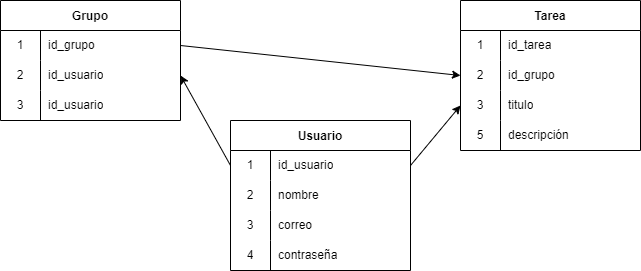
Earlier version of the draw.io export public/modelo_base_de_datos.png (Santiago1809/Vue-and-flask-todoapp). Source tidied: cells renumbered, new cells last; positions are measured from the earlier drawing's top-left corner, leaving out a move shared by most shapes.
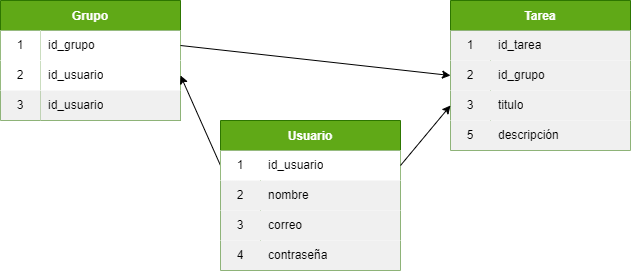
After the change.

Commit message:
Actualización de diagrama relacional de base de datos

Change to the diagram source:
```diff
@@ -2,115 +2,115 @@
   <root>
     <mxCell id="0" />
     <mxCell id="1" parent="0" />
-    <mxCell id="2" value="Grupo" style="shape=table;startSize=30;rowLines=0;fontStyle=1;" parent="1" vertex="1">
-      <mxGeometry width="180" height="120" as="geometry" />
+    <mxCell id="2" value="Grupo" style="shape=table;startSize=30;rowLines=0;fontStyle=1;fillColor=#60a917;fontColor=#ffffff;strokeColor=#2D7600;" parent="1" vertex="1">
+      <mxGeometry x="10" width="180" height="120" as="geometry" />
     </mxCell>
     <mxCell id="3" style="shape=tableRow;horizontal=0;startSize=0;swimlaneHead=0;swimlaneBody=0;top=0;left=0;bottom=0;right=0;fillColor=none;points=[[0,0.5],[1,0.5]];portConstraint=eastwest;" parent="2" vertex="1">
       <mxGeometry y="30" width="180" height="30" as="geometry" />
     </mxCell>
-    <mxCell id="4" value="1" style="shape=partialRectangle;html=1;whiteSpace=wrap;fillColor=none;top=0;left=0;bottom=0;right=0;overflow=hidden;" parent="3" vertex="1">
+    <mxCell id="4" value="1" style="shape=partialRectangle;html=1;whiteSpace=wrap;fillColor=#FFFFFF;top=0;left=0;bottom=0;right=0;overflow=hidden;fontColor=#000000;" parent="3" vertex="1">
       <mxGeometry width="40" height="30" as="geometry" />
     </mxCell>
-    <mxCell id="5" value="id_grupo" style="shape=partialRectangle;html=1;whiteSpace=wrap;fillColor=none;top=0;left=0;bottom=0;right=0;align=left;spacingLeft=6;overflow=hidden;" parent="3" vertex="1">
+    <mxCell id="5" value="id_grupo" style="shape=partialRectangle;html=1;whiteSpace=wrap;fillColor=#FFFFFF;top=0;left=0;bottom=0;right=0;align=left;spacingLeft=6;overflow=hidden;fontColor=#000000;" parent="3" vertex="1">
       <mxGeometry x="40" width="140" height="30" as="geometry" />
     </mxCell>
     <mxCell id="6" style="shape=tableRow;horizontal=0;startSize=0;swimlaneHead=0;swimlaneBody=0;top=0;left=0;bottom=0;right=0;fillColor=none;points=[[0,0.5],[1,0.5]];portConstraint=eastwest;" parent="2" vertex="1">
       <mxGeometry y="60" width="180" height="30" as="geometry" />
     </mxCell>
-    <mxCell id="7" value="2" style="shape=partialRectangle;html=1;whiteSpace=wrap;fillColor=none;top=0;left=0;bottom=0;right=0;overflow=hidden;" parent="6" vertex="1">
+    <mxCell id="7" value="2" style="shape=partialRectangle;html=1;whiteSpace=wrap;fillColor=#FFFFFF;top=0;left=0;bottom=0;right=0;overflow=hidden;fontColor=#000000;" parent="6" vertex="1">
       <mxGeometry width="40" height="30" as="geometry" />
     </mxCell>
-    <mxCell id="8" value="id_usuario" style="shape=partialRectangle;html=1;whiteSpace=wrap;fillColor=none;top=0;left=0;bottom=0;right=0;align=left;spacingLeft=6;overflow=hidden;" parent="6" vertex="1">
+    <mxCell id="8" value="id_usuario" style="shape=partialRectangle;html=1;whiteSpace=wrap;fillColor=#FFFFFF;top=0;left=0;bottom=0;right=0;align=left;spacingLeft=6;overflow=hidden;strokeColor=#FFFFFF;fontColor=#000000;" parent="6" vertex="1">
       <mxGeometry x="40" width="140" height="30" as="geometry" />
     </mxCell>
-    <mxCell id="9" style="shape=tableRow;horizontal=0;startSize=0;swimlaneHead=0;swimlaneBody=0;top=0;left=0;bottom=0;right=0;fillColor=none;" parent="2" vertex="1">
+    <mxCell id="9" style="shape=tableRow;horizontal=0;startSize=0;swimlaneHead=0;swimlaneBody=0;top=0;left=0;bottom=0;right=0;fillColor=none;fontColor=#000;" parent="2" vertex="1">
       <mxGeometry y="90" width="180" height="30" as="geometry" />
     </mxCell>
-    <mxCell id="10" value="3" style="shape=partialRectangle;html=1;whiteSpace=wrap;fillColor=none;top=0;left=0;bottom=0;right=0;overflow=hidden;" parent="9" vertex="1">
+    <mxCell id="10" value="3" style="shape=partialRectangle;html=1;whiteSpace=wrap;fillColor=#F0F0F0;top=0;left=0;bottom=0;right=0;overflow=hidden;fontColor=#000000;strokeColor=#F0F0F0;" parent="9" vertex="1">
       <mxGeometry width="40" height="30" as="geometry" />
     </mxCell>
-    <mxCell id="11" value="id_usuario" style="shape=partialRectangle;html=1;whiteSpace=wrap;fillColor=none;top=0;left=0;bottom=0;right=0;align=left;spacingLeft=6;overflow=hidden;" parent="9" vertex="1">
+    <mxCell id="11" value="id_usuario" style="shape=partialRectangle;html=1;whiteSpace=wrap;fillColor=#F0F0F0;top=0;left=0;bottom=0;right=0;align=left;spacingLeft=6;overflow=hidden;fontColor=#000000;" parent="9" vertex="1">
       <mxGeometry x="40" width="140" height="30" as="geometry" />
     </mxCell>
     <mxCell id="12" style="edgeStyle=none;html=1;exitX=0;exitY=0.5;exitDx=0;exitDy=0;entryX=1;entryY=0.5;entryDx=0;entryDy=0;" parent="1" edge="1" source="14" target="6">
       <mxGeometry relative="1" as="geometry" />
     </mxCell>
-    <mxCell id="13" value="Usuario" style="shape=table;startSize=30;rowLines=0;fontStyle=1;" parent="1" vertex="1">
+    <mxCell id="13" value="Usuario" style="shape=table;startSize=30;rowLines=0;fontStyle=1;fillColor=#60a917;fontColor=#ffffff;strokeColor=#2D7600;" parent="1" vertex="1">
       <mxGeometry x="230" y="120" width="180" height="150" as="geometry" />
     </mxCell>
-    <mxCell id="14" style="shape=tableRow;horizontal=0;startSize=0;swimlaneHead=0;swimlaneBody=0;top=0;left=0;bottom=0;right=0;fillColor=none;points=[[0,0.5],[1,0.5]];portConstraint=eastwest;" parent="13" vertex="1">
+    <mxCell id="14" style="shape=tableRow;horizontal=0;startSize=0;swimlaneHead=0;swimlaneBody=0;top=0;left=0;bottom=0;right=0;fillColor=#FFFFFF;points=[[0,0.5],[1,0.5]];portConstraint=eastwest;fontColor=#000000;" parent="13" vertex="1">
       <mxGeometry y="30" width="180" height="30" as="geometry" />
     </mxCell>
-    <mxCell id="15" value="1" style="shape=partialRectangle;html=1;whiteSpace=wrap;fillColor=none;top=0;left=0;bottom=0;right=0;overflow=hidden;" parent="14" vertex="1">
+    <mxCell id="15" value="1" style="shape=partialRectangle;html=1;whiteSpace=wrap;fillColor=none;top=0;left=0;bottom=0;right=0;overflow=hidden;fontColor=#000000;" parent="14" vertex="1">
       <mxGeometry width="40" height="30" as="geometry" />
     </mxCell>
-    <mxCell id="16" value="id_usuario" style="shape=partialRectangle;html=1;whiteSpace=wrap;fillColor=none;top=0;left=0;bottom=0;right=0;align=left;spacingLeft=6;overflow=hidden;" parent="14" vertex="1">
+    <mxCell id="16" value="id_usuario" style="shape=partialRectangle;html=1;whiteSpace=wrap;fillColor=none;top=0;left=0;bottom=0;right=0;align=left;spacingLeft=6;overflow=hidden;fontColor=#000000;" parent="14" vertex="1">
       <mxGeometry x="40" width="140" height="30" as="geometry" />
     </mxCell>
-    <mxCell id="17" style="shape=tableRow;horizontal=0;startSize=0;swimlaneHead=0;swimlaneBody=0;top=0;left=0;bottom=0;right=0;fillColor=none;" parent="13" vertex="1">
+    <mxCell id="17" style="shape=tableRow;horizontal=0;startSize=0;swimlaneHead=0;swimlaneBody=0;top=0;left=0;bottom=0;right=0;fillColor=#F0F0F0;" parent="13" vertex="1">
       <mxGeometry y="60" width="180" height="30" as="geometry" />
     </mxCell>
-    <mxCell id="18" value="2" style="shape=partialRectangle;html=1;whiteSpace=wrap;fillColor=none;top=0;left=0;bottom=0;right=0;overflow=hidden;" parent="17" vertex="1">
+    <mxCell id="18" value="2" style="shape=partialRectangle;html=1;whiteSpace=wrap;fillColor=none;top=0;left=0;bottom=0;right=0;overflow=hidden;fontColor=#000000;" parent="17" vertex="1">
       <mxGeometry width="40" height="30" as="geometry" />
     </mxCell>
-    <mxCell id="19" value="nombre" style="shape=partialRectangle;html=1;whiteSpace=wrap;fillColor=none;top=0;left=0;bottom=0;right=0;align=left;spacingLeft=6;overflow=hidden;" parent="17" vertex="1">
+    <mxCell id="19" value="nombre" style="shape=partialRectangle;html=1;whiteSpace=wrap;fillColor=none;top=0;left=0;bottom=0;right=0;align=left;spacingLeft=6;overflow=hidden;fontColor=#000000;" parent="17" vertex="1">
       <mxGeometry x="40" width="140" height="30" as="geometry" />
     </mxCell>
-    <mxCell id="20" style="shape=tableRow;horizontal=0;startSize=0;swimlaneHead=0;swimlaneBody=0;top=0;left=0;bottom=0;right=0;fillColor=none;" parent="13" vertex="1">
+    <mxCell id="20" style="shape=tableRow;horizontal=0;startSize=0;swimlaneHead=0;swimlaneBody=0;top=0;left=0;bottom=0;right=0;fillColor=#F0F0F0;" parent="13" vertex="1">
       <mxGeometry y="90" width="180" height="30" as="geometry" />
     </mxCell>
-    <mxCell id="21" value="3" style="shape=partialRectangle;html=1;whiteSpace=wrap;fillColor=none;top=0;left=0;bottom=0;right=0;overflow=hidden;" parent="20" vertex="1">
+    <mxCell id="21" value="3" style="shape=partialRectangle;html=1;whiteSpace=wrap;fillColor=none;top=0;left=0;bottom=0;right=0;overflow=hidden;fontColor=#000000;" parent="20" vertex="1">
       <mxGeometry width="40" height="30" as="geometry" />
     </mxCell>
-    <mxCell id="22" value="correo" style="shape=partialRectangle;html=1;whiteSpace=wrap;fillColor=none;top=0;left=0;bottom=0;right=0;align=left;spacingLeft=6;overflow=hidden;" parent="20" vertex="1">
+    <mxCell id="22" value="correo" style="shape=partialRectangle;html=1;whiteSpace=wrap;fillColor=none;top=0;left=0;bottom=0;right=0;align=left;spacingLeft=6;overflow=hidden;fontColor=#000000;" parent="20" vertex="1">
       <mxGeometry x="40" width="140" height="30" as="geometry" />
     </mxCell>
-    <mxCell id="23" style="shape=tableRow;horizontal=0;startSize=0;swimlaneHead=0;swimlaneBody=0;top=0;left=0;bottom=0;right=0;fillColor=none;" parent="13" vertex="1">
+    <mxCell id="23" style="shape=tableRow;horizontal=0;startSize=0;swimlaneHead=0;swimlaneBody=0;top=0;left=0;bottom=0;right=0;fillColor=#F0F0F0;" parent="13" vertex="1">
       <mxGeometry y="120" width="180" height="30" as="geometry" />
     </mxCell>
-    <mxCell id="24" value="4" style="shape=partialRectangle;html=1;whiteSpace=wrap;fillColor=none;top=0;left=0;bottom=0;right=0;overflow=hidden;" parent="23" vertex="1">
+    <mxCell id="24" value="4" style="shape=partialRectangle;html=1;whiteSpace=wrap;fillColor=none;top=0;left=0;bottom=0;right=0;overflow=hidden;fontColor=#000000;" parent="23" vertex="1">
       <mxGeometry width="40" height="30" as="geometry" />
     </mxCell>
-    <mxCell id="25" value="contraseña" style="shape=partialRectangle;html=1;whiteSpace=wrap;fillColor=none;top=0;left=0;bottom=0;right=0;align=left;spacingLeft=6;overflow=hidden;" parent="23" vertex="1">
+    <mxCell id="25" value="contraseña" style="shape=partialRectangle;html=1;whiteSpace=wrap;fillColor=none;top=0;left=0;bottom=0;right=0;align=left;spacingLeft=6;overflow=hidden;fontColor=#000000;" parent="23" vertex="1">
       <mxGeometry x="40" width="140" height="30" as="geometry" />
     </mxCell>
-    <mxCell id="26" value="Tarea" style="shape=table;startSize=30;rowLines=0;fontStyle=1;" parent="1" vertex="1">
+    <mxCell id="26" value="Tarea" style="shape=table;startSize=30;rowLines=0;fontStyle=1;fillColor=#60a917;fontColor=#ffffff;strokeColor=#2D7600;" parent="1" vertex="1">
       <mxGeometry x="460" width="180" height="150" as="geometry" />
     </mxCell>
-    <mxCell id="27" style="shape=tableRow;horizontal=0;startSize=0;swimlaneHead=0;swimlaneBody=0;top=0;left=0;bottom=0;right=0;fillColor=none;" parent="26" vertex="1">
+    <mxCell id="27" style="shape=tableRow;horizontal=0;startSize=0;swimlaneHead=0;swimlaneBody=0;top=0;left=0;bottom=0;right=0;fillColor=#F0F0F0;fontColor=#000000;" parent="26" vertex="1">
       <mxGeometry y="30" width="180" height="30" as="geometry" />
     </mxCell>
-    <mxCell id="28" value="1" style="shape=partialRectangle;html=1;whiteSpace=wrap;fillColor=none;top=0;left=0;bottom=0;right=0;overflow=hidden;" parent="27" vertex="1">
+    <mxCell id="28" value="1" style="shape=partialRectangle;html=1;whiteSpace=wrap;fillColor=none;top=0;left=0;bottom=0;right=0;overflow=hidden;fontColor=#000000;" parent="27" vertex="1">
       <mxGeometry width="40" height="30" as="geometry" />
     </mxCell>
-    <mxCell id="29" value="id_tarea" style="shape=partialRectangle;html=1;whiteSpace=wrap;fillColor=none;top=0;left=0;bottom=0;right=0;align=left;spacingLeft=6;overflow=hidden;" parent="27" vertex="1">
+    <mxCell id="29" value="id_tarea" style="shape=partialRectangle;html=1;whiteSpace=wrap;fillColor=none;top=0;left=0;bottom=0;right=0;align=left;spacingLeft=6;overflow=hidden;fontColor=#000000;" parent="27" vertex="1">
       <mxGeometry x="40" width="140" height="30" as="geometry" />
     </mxCell>
-    <mxCell id="30" style="shape=tableRow;horizontal=0;startSize=0;swimlaneHead=0;swimlaneBody=0;top=0;left=0;bottom=0;right=0;fillColor=none;points=[[0,0.5],[1,0.5]];portConstraint=eastwest;" parent="26" vertex="1">
+    <mxCell id="30" style="shape=tableRow;horizontal=0;startSize=0;swimlaneHead=0;swimlaneBody=0;top=0;left=0;bottom=0;right=0;fillColor=#F0F0F0;points=[[0,0.5],[1,0.5]];portConstraint=eastwest;" parent="26" vertex="1">
       <mxGeometry y="60" width="180" height="30" as="geometry" />
     </mxCell>
-    <mxCell id="31" value="2" style="shape=partialRectangle;html=1;whiteSpace=wrap;fillColor=none;top=0;left=0;bottom=0;right=0;overflow=hidden;" parent="30" vertex="1">
+    <mxCell id="31" value="2" style="shape=partialRectangle;html=1;whiteSpace=wrap;fillColor=none;top=0;left=0;bottom=0;right=0;overflow=hidden;fontColor=#000000;" parent="30" vertex="1">
       <mxGeometry width="40" height="30" as="geometry" />
     </mxCell>
-    <mxCell id="32" value="id_grupo" style="shape=partialRectangle;html=1;whiteSpace=wrap;fillColor=none;top=0;left=0;bottom=0;right=0;align=left;spacingLeft=6;overflow=hidden;" parent="30" vertex="1">
+    <mxCell id="32" value="id_grupo" style="shape=partialRectangle;html=1;whiteSpace=wrap;fillColor=none;top=0;left=0;bottom=0;right=0;align=left;spacingLeft=6;overflow=hidden;fontColor=#000000;" parent="30" vertex="1">
       <mxGeometry x="40" width="140" height="30" as="geometry" />
     </mxCell>
-    <mxCell id="33" style="shape=tableRow;horizontal=0;startSize=0;swimlaneHead=0;swimlaneBody=0;top=0;left=0;bottom=0;right=0;fillColor=none;" parent="26" vertex="1">
+    <mxCell id="33" style="shape=tableRow;horizontal=0;startSize=0;swimlaneHead=0;swimlaneBody=0;top=0;left=0;bottom=0;right=0;fillColor=#F0F0F0;" parent="26" vertex="1">
       <mxGeometry y="90" width="180" height="30" as="geometry" />
     </mxCell>
-    <mxCell id="34" value="3" style="shape=partialRectangle;html=1;whiteSpace=wrap;fillColor=none;top=0;left=0;bottom=0;right=0;overflow=hidden;" parent="33" vertex="1">
+    <mxCell id="34" value="3" style="shape=partialRectangle;html=1;whiteSpace=wrap;fillColor=none;top=0;left=0;bottom=0;right=0;overflow=hidden;fontColor=#000000;" parent="33" vertex="1">
       <mxGeometry width="40" height="30" as="geometry" />
     </mxCell>
-    <mxCell id="35" value="titulo" style="shape=partialRectangle;html=1;whiteSpace=wrap;fillColor=none;top=0;left=0;bottom=0;right=0;align=left;spacingLeft=6;overflow=hidden;" parent="33" vertex="1">
+    <mxCell id="35" value="titulo" style="shape=partialRectangle;html=1;whiteSpace=wrap;fillColor=none;top=0;left=0;bottom=0;right=0;align=left;spacingLeft=6;overflow=hidden;fontColor=#000000;" parent="33" vertex="1">
       <mxGeometry x="40" width="140" height="30" as="geometry" />
     </mxCell>
-    <mxCell id="36" style="shape=tableRow;horizontal=0;startSize=0;swimlaneHead=0;swimlaneBody=0;top=0;left=0;bottom=0;right=0;fillColor=none;" parent="26" vertex="1">
+    <mxCell id="36" style="shape=tableRow;horizontal=0;startSize=0;swimlaneHead=0;swimlaneBody=0;top=0;left=0;bottom=0;right=0;fillColor=#F0F0F0;" parent="26" vertex="1">
       <mxGeometry y="120" width="180" height="30" as="geometry" />
     </mxCell>
-    <mxCell id="37" value="5" style="shape=partialRectangle;html=1;whiteSpace=wrap;fillColor=none;top=0;left=0;bottom=0;right=0;overflow=hidden;" parent="36" vertex="1">
+    <mxCell id="37" value="5" style="shape=partialRectangle;html=1;whiteSpace=wrap;fillColor=none;top=0;left=0;bottom=0;right=0;overflow=hidden;fontColor=#000000;" parent="36" vertex="1">
       <mxGeometry width="40" height="30" as="geometry" />
     </mxCell>
-    <mxCell id="38" value="descripción" style="shape=partialRectangle;html=1;whiteSpace=wrap;fillColor=none;top=0;left=0;bottom=0;right=0;align=left;spacingLeft=6;overflow=hidden;" parent="36" vertex="1">
+    <mxCell id="38" value="descripción" style="shape=partialRectangle;html=1;whiteSpace=wrap;fillColor=none;top=0;left=0;bottom=0;right=0;align=left;spacingLeft=6;overflow=hidden;fontColor=#000000;" parent="36" vertex="1">
       <mxGeometry x="40" width="140" height="30" as="geometry" />
     </mxCell>
     <mxCell id="39" style="edgeStyle=none;html=1;exitX=1;exitY=0.5;exitDx=0;exitDy=0;entryX=0;entryY=0.5;entryDx=0;entryDy=0;" parent="1" edge="1" source="14">
```
